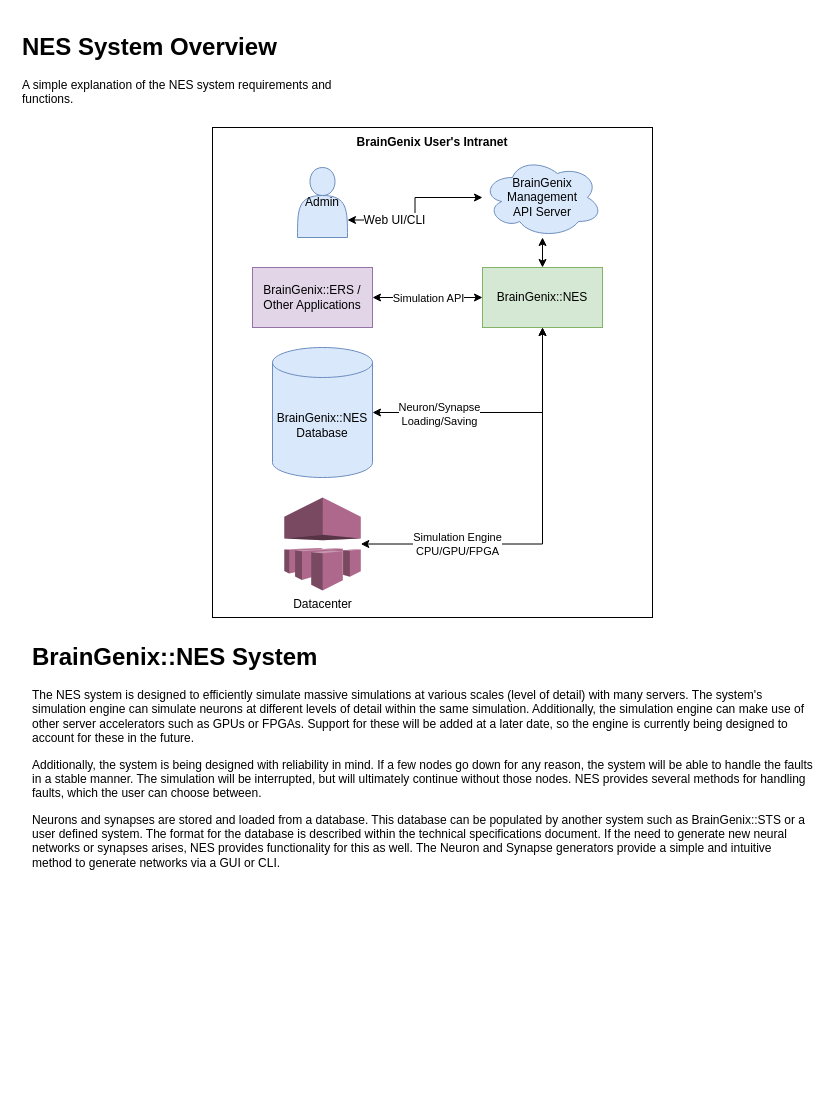
This is page "System Overview" (1 of 2) of Docs/BrainGenix-NES.drawio from carboncopies/BrainGenix-NES, a draw.io file, before an edit. Source tidied: cells renumbered, new cells numbered last; positions are measured from the earlier drawing's top-left corner, leaving out a move shared by most shapes. Both pictures are drawn from the tidied source at 100%, with x=0, y=0 at pixel (17, 27).
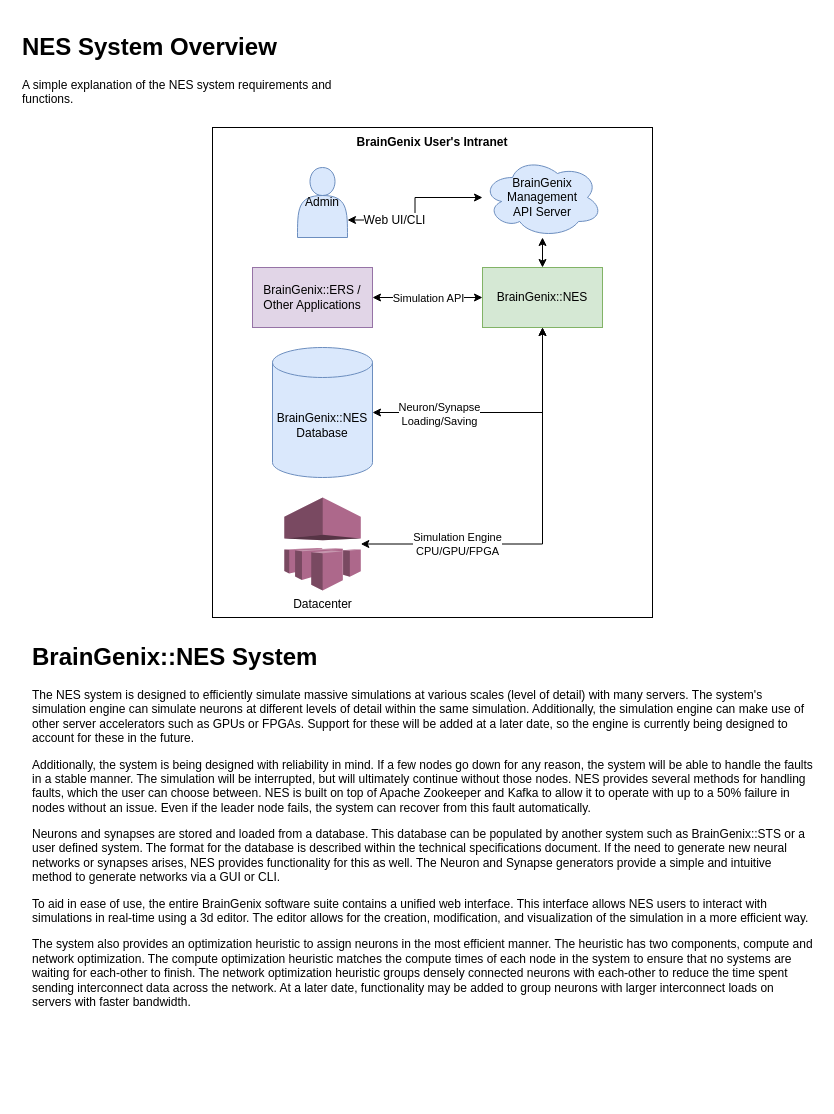
The same diagram, later.

Diff of the diagram source:
```diff
@@
-    <mxCell id="20" value="&lt;h1&gt;BrainGenix::NES System&lt;br&gt;&lt;/h1&gt;&lt;p&gt;The NES system is designed to efficiently simulate massive simulations at various scales (level of detail) with many servers. The system's simulation engine can simulate neurons at different levels of detail within the same simulation. Additionally, the simulation engine can make use of other server accelerators such as GPUs or FPGAs. Support for these will be added at a later date, so the engine is currently being designed to account for these in the future.&lt;/p&gt;&lt;p&gt;Additionally, the system is being designed with reliability in mind. If a few nodes go down for any reason, the system will be able to handle the faults in a stable manner. The simulation will be interrupted, but will ultimately continue without those nodes. NES provides several methods for handling faults, which the user can choose between.&amp;nbsp;&lt;/p&gt;&lt;p&gt;Neurons and synapses are stored and loaded from a database. This database can be populated by another system such as BrainGenix::STS or a user defined system. The format for the database is described within the technical specifications document. If the need to generate new neural networks or synapses arises, NES provides functionality for this as well. The Neuron and Synapse generators provide a simple and intuitive method to generate networks via a GUI or CLI.&lt;/p&gt;&lt;p&gt;&lt;br&gt;&lt;/p&gt;" style="text;html=1;strokeColor=none;fillColor=none;spacing=5;spacingTop=-20;whiteSpace=wrap;overflow=hidden;rounded=0;" parent="1" vertex="1">
-      <mxGeometry x="10" y="610" width="790" height="260" as="geometry" />
+    <mxCell id="20" value="&lt;h1&gt;BrainGenix::NES System&lt;br&gt;&lt;/h1&gt;&lt;p&gt;The NES system is designed to efficiently simulate massive simulations at various scales (level of detail) with many servers. The system's simulation engine can simulate neurons at different levels of detail within the same simulation. Additionally, the simulation engine can make use of other server accelerators such as GPUs or FPGAs. Support for these will be added at a later date, so the engine is currently being designed to account for these in the future.&lt;/p&gt;&lt;p&gt;Additionally, the system is being designed with reliability in mind. If a few nodes go down for any reason, the system will be able to handle the faults in a stable manner. The simulation will be interrupted, but will ultimately continue without those nodes. NES provides several methods for handling faults, which the user can choose between. NES is built on top of Apache Zookeeper and Kafka to allow it to operate with up to a 50% failure in nodes without an issue. Even if the leader node fails, the system can recover from this fault automatically.&lt;br&gt;&lt;/p&gt;&lt;p&gt;Neurons and synapses are stored and loaded from a database. This database can be populated by another system such as BrainGenix::STS or a user defined system. The format for the database is described within the technical specifications document. If the need to generate new neural networks or synapses arises, NES provides functionality for this as well. The Neuron and Synapse generators provide a simple and intuitive method to generate networks via a GUI or CLI.&lt;/p&gt;&lt;p&gt;To aid in ease of use, the entire BrainGenix software suite contains a unified web interface. This interface allows NES users to interact with simulations in real-time using a 3d editor. The editor allows for the creation, modification, and visualization of the simulation in a more efficient way.&lt;/p&gt;&lt;p&gt;The system also provides an optimization heuristic to assign neurons in the most efficient manner. The heuristic has two components, compute and network optimization. The compute optimization heuristic matches the compute times of each node in the system to ensure that no systems are waiting for each-other to finish. The network optimization heuristic groups densely connected neurons with each-other to reduce the time spent sending interconnect data across the network. At a later date, functionality may be added to group neurons with larger interconnect loads on servers with faster bandwidth. &lt;br&gt;&lt;/p&gt;&lt;p&gt;&lt;br&gt;&lt;/p&gt;" style="text;html=1;strokeColor=none;fillColor=none;spacing=5;spacingTop=-20;whiteSpace=wrap;overflow=hidden;rounded=0;" parent="1" vertex="1">
+      <mxGeometry x="10" y="610" width="790" height="460" as="geometry" />
     </mxCell>
```
